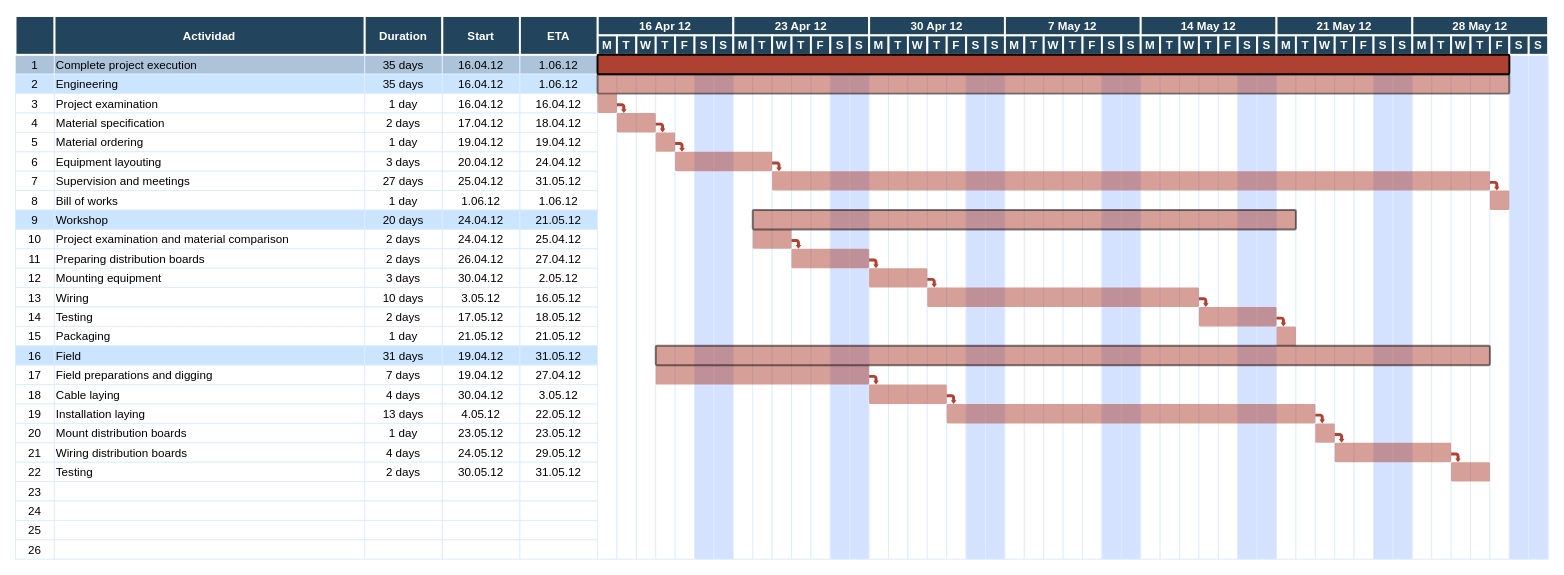
Earlier version of the draw.io diagram RoadMap_CatalogoAutos.drawio (endoeca2/Diagramas). Source tidied: cells renumbered, new cells numbered last; positions are measured from the earlier drawing's top-left corner, leaving out a move shared by most shapes. Both pictures are drawn from the tidied source at 97%, with x=0, y=0 at pixel (15, 16).
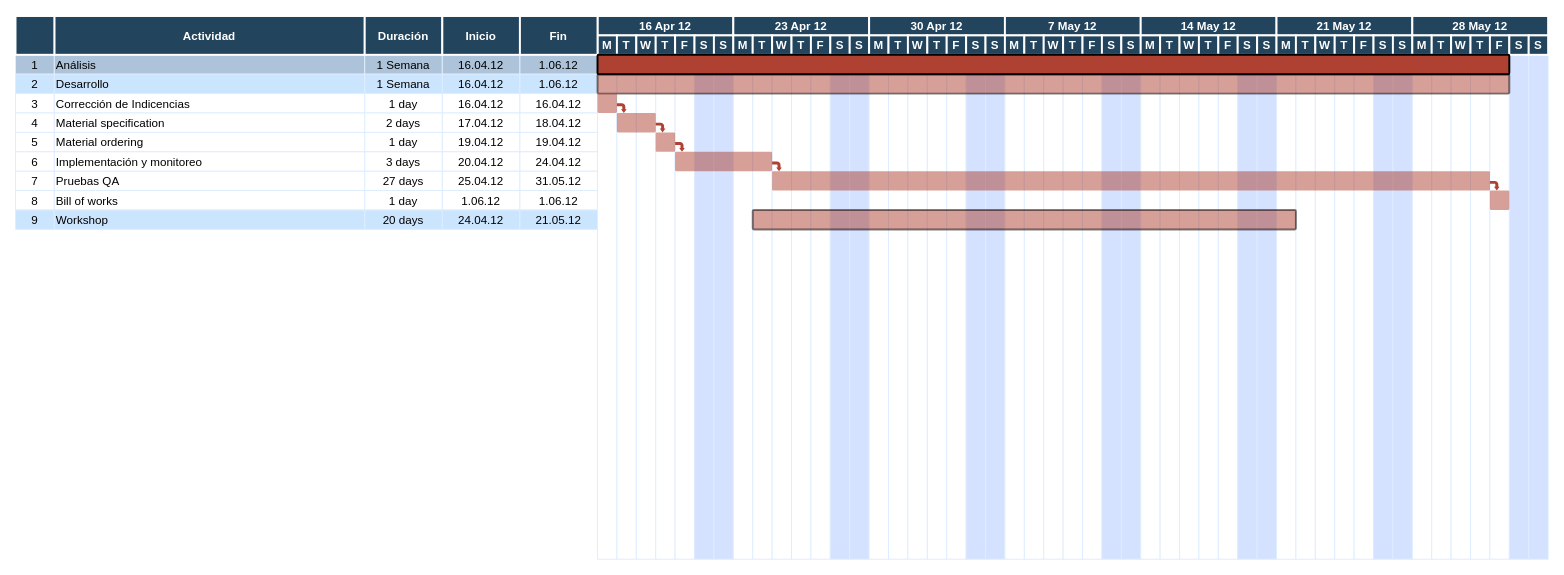
The same diagram, later.

Diff of the diagram source:
```diff
@@
-    <mxCell id="3" value="Complete project execution" style="align=left;strokeColor=#DEEDFF;fillColor=#ADC3D9;" parent="1" vertex="1">
+    <mxCell id="3" value="Análisis" style="align=left;strokeColor=#DEEDFF;fillColor=#ADC3D9;" parent="1" vertex="1">
       <mxGeometry x="40.5" y="40" width="320" height="20" as="geometry" />
     </mxCell>
-    <mxCell id="4" value="35 days" style="strokeColor=#DEEDFF;fillColor=#ADC3D9;" parent="1" vertex="1">
+    <mxCell id="4" value="1 Semana" style="strokeColor=#DEEDFF;fillColor=#ADC3D9;" parent="1" vertex="1">
       <mxGeometry x="360.5" y="40" width="80" height="20" as="geometry" />
     </mxCell>
@@
-    <mxCell id="9" value="Engineering" style="align=left;strokeColor=#DEEDFF;fillColor=#CCE5FF;" parent="1" vertex="1">
+    <mxCell id="9" value="Desarrollo" style="align=left;strokeColor=#DEEDFF;fillColor=#CCE5FF;" parent="1" vertex="1">
       <mxGeometry x="40.5" y="60" width="320" height="20" as="geometry" />
     </mxCell>
-    <mxCell id="10" value="35 days" style="strokeColor=#DEEDFF;fillColor=#CCE5FF;" parent="1" vertex="1">
+    <mxCell id="10" value="1 Semana" style="strokeColor=#DEEDFF;fillColor=#CCE5FF;" parent="1" vertex="1">
       <mxGeometry x="360.5" y="60" width="80" height="20" as="geometry" />
     </mxCell>
@@
-    <mxCell id="14" value="Project examination" style="align=left;strokeColor=#DEEDFF;" parent="1" vertex="1">
+    <mxCell id="14" value="Corrección de Indicencias" style="align=left;strokeColor=#DEEDFF;" parent="1" vertex="1">
       <mxGeometry x="40.5" y="80" width="320" height="20" as="geometry" />
     </mxCell>
@@
-    <mxCell id="29" value="Equipment layouting" style="align=left;strokeColor=#DEEDFF;" parent="1" vertex="1">
+    <mxCell id="29" value="Implementación y monitoreo" style="align=left;strokeColor=#DEEDFF;" parent="1" vertex="1">
       <mxGeometry x="40.5" y="140" width="320" height="20" as="geometry" />
     </mxCell>
@@
-    <mxCell id="34" value="Supervision and meetings" style="align=left;strokeColor=#DEEDFF;" parent="1" vertex="1">
+    <mxCell id="34" value="Pruebas QA" style="align=left;strokeColor=#DEEDFF;" parent="1" vertex="1">
       <mxGeometry x="40.5" y="160" width="320" height="20" as="geometry" />
     </mxCell>
@@
-    <mxCell id="48" value="10" style="strokeColor=#DEEDFF;" parent="1" vertex="1">
-      <mxGeometry x="0.5" y="220" width="40" height="20" as="geometry" />
-    </mxCell>
-    <mxCell id="49" value="Project examination and material comparison" style="align=left;strokeColor=#DEEDFF;" parent="1" vertex="1">
-      <mxGeometry x="40.5" y="220" width="320" height="20" as="geometry" />
-    </mxCell>
-    <mxCell id="50" value="2 days" style="strokeColor=#DEEDFF;" parent="1" vertex="1">
-      <mxGeometry x="360.5" y="220" width="80" height="20" as="geometry" />
-    </mxCell>
-    <mxCell id="51" value="24.04.12" style="strokeColor=#DEEDFF;" parent="1" vertex="1">
-      <mxGeometry x="440.5" y="220" width="80" height="20" as="geometry" />
-    </mxCell>
-    <mxCell id="52" value="25.04.12" style="strokeColor=#DEEDFF;" parent="1" vertex="1">
-      <mxGeometry x="520.5" y="220" width="80" height="20" as="geometry" />
-    </mxCell>
-    <mxCell id="53" value="11" style="strokeColor=#DEEDFF;" parent="1" vertex="1">
-      <mxGeometry x="0.5" y="240" width="40" height="20" as="geometry" />
-    </mxCell>
-    <mxCell id="54" value="Preparing distribution boards" style="align=left;strokeColor=#DEEDFF;" parent="1" vertex="1">
-      <mxGeometry x="40.5" y="240" width="320" height="20" as="geometry" />
-    </mxCell>
-    <mxCell id="55" value="2 days" style="strokeColor=#DEEDFF;" parent="1" vertex="1">
-      <mxGeometry x="360.5" y="240" width="80" height="20" as="geometry" />
-    </mxCell>
-    <mxCell id="56" value="26.04.12" style="strokeColor=#DEEDFF;" parent="1" vertex="1">
-      <mxGeometry x="440.5" y="240" width="80" height="20" as="geometry" />
-    </mxCell>
-    <mxCell id="57" value="27.04.12" style="strokeColor=#DEEDFF;" parent="1" vertex="1">
-      <mxGeometry x="520.5" y="240" width="80" height="20" as="geometry" />
-    </mxCell>
-    <mxCell id="58" value="12" style="strokeColor=#DEEDFF;" parent="1" vertex="1">
-      <mxGeometry x="0.5" y="260" width="40" height="20" as="geometry" />
-    </mxCell>
-    <mxCell id="59" value="Mounting equipment" style="align=left;strokeColor=#DEEDFF;" parent="1" vertex="1">
-      <mxGeometry x="40.5" y="260" width="320" height="20" as="geometry" />
-    </mxCell>
-    <mxCell id="60" value="3 days" style="strokeColor=#DEEDFF;" parent="1" vertex="1">
-      <mxGeometry x="360.5" y="260" width="80" height="20" as="geometry" />
-    </mxCell>
-    <mxCell id="61" value="30.04.12" style="strokeColor=#DEEDFF;" parent="1" vertex="1">
-      <mxGeometry x="440.5" y="260" width="80" height="20" as="geometry" />
-    </mxCell>
-    <mxCell id="62" value="2.05.12" style="strokeColor=#DEEDFF;" parent="1" vertex="1">
-      <mxGeometry x="520.5" y="260" width="80" height="20" as="geometry" />
-    </mxCell>
-    <mxCell id="63" value="13" style="strokeColor=#DEEDFF;" parent="1" vertex="1">
-      <mxGeometry x="0.5" y="280" width="40" height="20" as="geometry" />
-    </mxCell>
-    <mxCell id="64" value="Wiring" style="align=left;strokeColor=#DEEDFF;" parent="1" vertex="1">
-      <mxGeometry x="40.5" y="280" width="320" height="20" as="geometry" />
-    </mxCell>
-    <mxCell id="65" value="10 days" style="strokeColor=#DEEDFF;" parent="1" vertex="1">
-      <mxGeometry x="360.5" y="280" width="80" height="20" as="geometry" />
-    </mxCell>
-    <mxCell id="66" value="3.05.12" style="strokeColor=#DEEDFF;" parent="1" vertex="1">
-      <mxGeometry x="440.5" y="280" width="80" height="20" as="geometry" />
-    </mxCell>
-    <mxCell id="67" value="16.05.12" style="strokeColor=#DEEDFF;" parent="1" vertex="1">
-      <mxGeometry x="520.5" y="280" width="80" height="20" as="geometry" />
-    </mxCell>
-    <mxCell id="68" value="14" style="strokeColor=#DEEDFF;" parent="1" vertex="1">
-      <mxGeometry x="0.5" y="300" width="40" height="20" as="geometry" />
-    </mxCell>
-    <mxCell id="69" value="Testing" style="align=left;strokeColor=#DEEDFF;" parent="1" vertex="1">
-      <mxGeometry x="40.5" y="300" width="320" height="20" as="geometry" />
-    </mxCell>
-    <mxCell id="70" value="2 days" style="strokeColor=#DEEDFF;" parent="1" vertex="1">
-      <mxGeometry x="360.5" y="300" width="80" height="20" as="geometry" />
-    </mxCell>
-    <mxCell id="71" value="17.05.12" style="strokeColor=#DEEDFF;" parent="1" vertex="1">
-      <mxGeometry x="440.5" y="300" width="80" height="20" as="geometry" />
-    </mxCell>
-    <mxCell id="72" value="18.05.12" style="strokeColor=#DEEDFF;" parent="1" vertex="1">
-      <mxGeometry x="520.5" y="300" width="80" height="20" as="geometry" />
-    </mxCell>
-    <mxCell id="73" value="15" style="strokeColor=#DEEDFF;fillColor=#FFFFFF;" parent="1" vertex="1">
-      <mxGeometry x="0.5" y="320" width="40" height="20" as="geometry" />
-    </mxCell>
-    <mxCell id="74" value="Packaging" style="align=left;strokeColor=#DEEDFF;fillColor=#FFFFFF;" parent="1" vertex="1">
-      <mxGeometry x="40.5" y="320" width="320" height="20" as="geometry" />
-    </mxCell>
-    <mxCell id="75" value="1 day" style="strokeColor=#DEEDFF;fillColor=#FFFFFF;" parent="1" vertex="1">
-      <mxGeometry x="360.5" y="320" width="80" height="20" as="geometry" />
-    </mxCell>
-    <mxCell id="76" value="21.05.12" style="strokeColor=#DEEDFF;fillColor=#FFFFFF;" parent="1" vertex="1">
-      <mxGeometry x="440.5" y="320" width="80" height="20" as="geometry" />
-    </mxCell>
-    <mxCell id="77" value="21.05.12" style="strokeColor=#DEEDFF;fillColor=#FFFFFF;" parent="1" vertex="1">
-      <mxGeometry x="520.5" y="320" width="80" height="20" as="geometry" />
-    </mxCell>
-    <mxCell id="78" value="16" style="strokeColor=#DEEDFF;fillColor=#CCE5FF;" parent="1" vertex="1">
-      <mxGeometry x="0.5" y="340" width="40" height="20" as="geometry" />
-    </mxCell>
-    <mxCell id="79" value="Field" style="align=left;strokeColor=#DEEDFF;fillColor=#CCE5FF;" parent="1" vertex="1">
-      <mxGeometry x="40.5" y="340" width="320" height="20" as="geometry" />
-    </mxCell>
-    <mxCell id="80" value="31 days" style="strokeColor=#DEEDFF;fillColor=#CCE5FF;" parent="1" vertex="1">
-      <mxGeometry x="360.5" y="340" width="80" height="20" as="geometry" />
-    </mxCell>
-    <mxCell id="81" value="19.04.12" style="strokeColor=#DEEDFF;fillColor=#CCE5FF;" parent="1" vertex="1">
-      <mxGeometry x="440.5" y="340" width="80" height="20" as="geometry" />
-    </mxCell>
-    <mxCell id="82" value="31.05.12" style="strokeColor=#DEEDFF;fillColor=#CCE5FF;" parent="1" vertex="1">
-      <mxGeometry x="520.5" y="340" width="80" height="20" as="geometry" />
-    </mxCell>
-    <mxCell id="83" value="17" style="strokeColor=#DEEDFF;" parent="1" vertex="1">
-      <mxGeometry x="0.5" y="360" width="40" height="20" as="geometry" />
-    </mxCell>
-    <mxCell id="84" value="Field preparations and digging" style="align=left;strokeColor=#DEEDFF;" parent="1" vertex="1">
-      <mxGeometry x="40.5" y="360" width="320" height="20" as="geometry" />
-    </mxCell>
-    <mxCell id="85" value="7 days" style="strokeColor=#DEEDFF;" parent="1" vertex="1">
-      <mxGeometry x="360.5" y="360" width="80" height="20" as="geometry" />
-    </mxCell>
-    <mxCell id="86" value="19.04.12" style="strokeColor=#DEEDFF;" parent="1" vertex="1">
-      <mxGeometry x="440.5" y="360" width="80" height="20" as="geometry" />
-    </mxCell>
-    <mxCell id="87" value="27.04.12" style="strokeColor=#DEEDFF;" parent="1" vertex="1">
-      <mxGeometry x="520.5" y="360" width="80" height="20" as="geometry" />
-    </mxCell>
-    <mxCell id="88" value="18" style="strokeColor=#DEEDFF;" parent="1" vertex="1">
-      <mxGeometry x="0.5" y="380" width="40" height="20" as="geometry" />
-    </mxCell>
-    <mxCell id="89" value="Cable laying" style="align=left;strokeColor=#DEEDFF;" parent="1" vertex="1">
-      <mxGeometry x="40.5" y="380" width="320" height="20" as="geometry" />
-    </mxCell>
-    <mxCell id="90" value="4 days" style="strokeColor=#DEEDFF;" parent="1" vertex="1">
-      <mxGeometry x="360.5" y="380" width="80" height="20" as="geometry" />
-    </mxCell>
-    <mxCell id="91" value="30.04.12" style="strokeColor=#DEEDFF;" parent="1" vertex="1">
-      <mxGeometry x="440.5" y="380" width="80" height="20" as="geometry" />
-    </mxCell>
-    <mxCell id="92" value="3.05.12" style="strokeColor=#DEEDFF;" parent="1" vertex="1">
-      <mxGeometry x="520.5" y="380" width="80" height="20" as="geometry" />
-    </mxCell>
-    <mxCell id="93" value="19" style="strokeColor=#DEEDFF;" parent="1" vertex="1">
-      <mxGeometry x="0.5" y="400" width="40" height="20" as="geometry" />
-    </mxCell>
-    <mxCell id="94" value="Installation laying" style="align=left;strokeColor=#DEEDFF;" parent="1" vertex="1">
-      <mxGeometry x="40.5" y="400" width="320" height="20" as="geometry" />
-    </mxCell>
-    <mxCell id="95" value="13 days" style="strokeColor=#DEEDFF;" parent="1" vertex="1">
-      <mxGeometry x="360.5" y="400" width="80" height="20" as="geometry" />
-    </mxCell>
-    <mxCell id="96" value="4.05.12" style="strokeColor=#DEEDFF;" parent="1" vertex="1">
-      <mxGeometry x="440.5" y="400" width="80" height="20" as="geometry" />
-    </mxCell>
-    <mxCell id="97" value="22.05.12" style="strokeColor=#DEEDFF;" parent="1" vertex="1">
-      <mxGeometry x="520.5" y="400" width="80" height="20" as="geometry" />
-    </mxCell>
-    <mxCell id="98" value="20" style="strokeColor=#DEEDFF;" parent="1" vertex="1">
-      <mxGeometry x="0.5" y="420" width="40" height="20" as="geometry" />
-    </mxCell>
-    <mxCell id="99" value="Mount distribution boards" style="align=left;strokeColor=#DEEDFF;" parent="1" vertex="1">
-      <mxGeometry x="40.5" y="420" width="320" height="20" as="geometry" />
-    </mxCell>
-    <mxCell id="100" value="1 day" style="strokeColor=#DEEDFF;" parent="1" vertex="1">
-      <mxGeometry x="360.5" y="420" width="80" height="20" as="geometry" />
-    </mxCell>
-    <mxCell id="101" value="23.05.12" style="strokeColor=#DEEDFF;" parent="1" vertex="1">
-      <mxGeometry x="440.5" y="420" width="80" height="20" as="geometry" />
-    </mxCell>
-    <mxCell id="102" value="23.05.12" style="strokeColor=#DEEDFF;" parent="1" vertex="1">
-      <mxGeometry x="520.5" y="420" width="80" height="20" as="geometry" />
-    </mxCell>
-    <mxCell id="103" value="21" style="strokeColor=#DEEDFF;" parent="1" vertex="1">
-      <mxGeometry x="0.5" y="440" width="40" height="20" as="geometry" />
-    </mxCell>
-    <mxCell id="104" value="Wiring distribution boards" style="align=left;strokeColor=#DEEDFF;" parent="1" vertex="1">
-      <mxGeometry x="40.5" y="440" width="320" height="20" as="geometry" />
-    </mxCell>
-    <mxCell id="105" value="4 days" style="strokeColor=#DEEDFF;" parent="1" vertex="1">
-      <mxGeometry x="360.5" y="440" width="80" height="20" as="geometry" />
-    </mxCell>
-    <mxCell id="106" value="24.05.12" style="strokeColor=#DEEDFF;" parent="1" vertex="1">
-      <mxGeometry x="440.5" y="440" width="80" height="20" as="geometry" />
-    </mxCell>
-    <mxCell id="107" value="29.05.12" style="strokeColor=#DEEDFF;" parent="1" vertex="1">
-      <mxGeometry x="520.5" y="440" width="80" height="20" as="geometry" />
-    </mxCell>
-    <mxCell id="108" value="22" style="strokeColor=#DEEDFF;" parent="1" vertex="1">
-      <mxGeometry x="0.5" y="460" width="40" height="20" as="geometry" />
-    </mxCell>
-    <mxCell id="109" value="Testing" style="align=left;strokeColor=#DEEDFF;" parent="1" vertex="1">
-      <mxGeometry x="40.5" y="460" width="320" height="20" as="geometry" />
-    </mxCell>
-    <mxCell id="110" value="2 days" style="strokeColor=#DEEDFF;" parent="1" vertex="1">
-      <mxGeometry x="360.5" y="460" width="80" height="20" as="geometry" />
-    </mxCell>
-    <mxCell id="111" value="30.05.12" style="strokeColor=#DEEDFF;" parent="1" vertex="1">
-      <mxGeometry x="440.5" y="460" width="80" height="20" as="geometry" />
-    </mxCell>
-    <mxCell id="112" value="31.05.12" style="strokeColor=#DEEDFF;" parent="1" vertex="1">
-      <mxGeometry x="520.5" y="460" width="80" height="20" as="geometry" />
-    </mxCell>
-    <mxCell id="113" value="23" style="strokeColor=#DEEDFF;" parent="1" vertex="1">
-      <mxGeometry x="0.5" y="480" width="40" height="20" as="geometry" />
-    </mxCell>
-    <mxCell id="114" style="align=left;strokeColor=#DEEDFF;" parent="1" vertex="1">
-      <mxGeometry x="40.5" y="480" width="320" height="20" as="geometry" />
-    </mxCell>
-    <mxCell id="115" style="strokeColor=#DEEDFF;" parent="1" vertex="1">
-      <mxGeometry x="360.5" y="480" width="80" height="20" as="geometry" />
-    </mxCell>
-    <mxCell id="116" style="strokeColor=#DEEDFF;" parent="1" vertex="1">
-      <mxGeometry x="440.5" y="480" width="80" height="20" as="geometry" />
-    </mxCell>
-    <mxCell id="117" style="strokeColor=#DEEDFF;" parent="1" vertex="1">
-      <mxGeometry x="520.5" y="480" width="80" height="20" as="geometry" />
-    </mxCell>
-    <mxCell id="118" value="24" style="strokeColor=#DEEDFF;" parent="1" vertex="1">
-      <mxGeometry x="0.5" y="500" width="40" height="20" as="geometry" />
-    </mxCell>
-    <mxCell id="119" style="align=left;strokeColor=#DEEDFF;" parent="1" vertex="1">
-      <mxGeometry x="40.5" y="500" width="320" height="20" as="geometry" />
-    </mxCell>
-    <mxCell id="120" style="strokeColor=#DEEDFF;" parent="1" vertex="1">
-      <mxGeometry x="360.5" y="500" width="80" height="20" as="geometry" />
-    </mxCell>
-    <mxCell id="121" style="strokeColor=#DEEDFF;" parent="1" vertex="1">
-      <mxGeometry x="440.5" y="500" width="80" height="20" as="geometry" />
-    </mxCell>
-    <mxCell id="122" style="strokeColor=#DEEDFF;" parent="1" vertex="1">
-      <mxGeometry x="520.5" y="500" width="80" height="20" as="geometry" />
-    </mxCell>
-    <mxCell id="123" value="25" style="strokeColor=#DEEDFF;" parent="1" vertex="1">
-      <mxGeometry x="0.5" y="520" width="40" height="20" as="geometry" />
-    </mxCell>
-    <mxCell id="124" style="align=left;strokeColor=#DEEDFF;" parent="1" vertex="1">
-      <mxGeometry x="40.5" y="520" width="320" height="20" as="geometry" />
-    </mxCell>
-    <mxCell id="125" style="strokeColor=#DEEDFF;" parent="1" vertex="1">
-      <mxGeometry x="360.5" y="520" width="80" height="20" as="geometry" />
-    </mxCell>
-    <mxCell id="126" style="strokeColor=#DEEDFF;" parent="1" vertex="1">
-      <mxGeometry x="440.5" y="520" width="80" height="20" as="geometry" />
-    </mxCell>
-    <mxCell id="127" style="strokeColor=#DEEDFF;" parent="1" vertex="1">
-      <mxGeometry x="520.5" y="520" width="80" height="20" as="geometry" />
-    </mxCell>
-    <mxCell id="128" value="26" style="strokeColor=#DEEDFF;" parent="1" vertex="1">
-      <mxGeometry x="0.5" y="540" width="40" height="20" as="geometry" />
-    </mxCell>
-    <mxCell id="129" style="align=left;strokeColor=#DEEDFF;" parent="1" vertex="1">
-      <mxGeometry x="40.5" y="540" width="320" height="20" as="geometry" />
-    </mxCell>
-    <mxCell id="130" style="strokeColor=#DEEDFF;" parent="1" vertex="1">
-      <mxGeometry x="360.5" y="540" width="80" height="20" as="geometry" />
-    </mxCell>
-    <mxCell id="131" style="strokeColor=#DEEDFF;" parent="1" vertex="1">
-      <mxGeometry x="440.5" y="540" width="80" height="20" as="geometry" />
-    </mxCell>
-    <mxCell id="132" style="strokeColor=#DEEDFF;" parent="1" vertex="1">
-      <mxGeometry x="520.5" y="540" width="80" height="20" as="geometry" />
-    </mxCell>
@@
-    <mxCell id="191" value="Duration" style="fillColor=#23445D;strokeColor=#FFFFFF;strokeWidth=2;fontColor=#FFFFFF;fontStyle=1;" parent="1" vertex="1">
+    <mxCell id="191" value="Duración" style="fillColor=#23445D;strokeColor=#FFFFFF;strokeWidth=2;fontColor=#FFFFFF;fontStyle=1;" parent="1" vertex="1">
       <mxGeometry x="360.5" width="80" height="40" as="geometry" />
     </mxCell>
-    <mxCell id="192" value="Start" style="fillColor=#23445D;strokeColor=#FFFFFF;strokeWidth=2;fontColor=#FFFFFF;fontStyle=1;" parent="1" vertex="1">
+    <mxCell id="192" value="Inicio" style="fillColor=#23445D;strokeColor=#FFFFFF;strokeWidth=2;fontColor=#FFFFFF;fontStyle=1;" parent="1" vertex="1">
       <mxGeometry x="440.5" width="80" height="40" as="geometry" />
     </mxCell>
-    <mxCell id="193" value="ETA" style="fillColor=#23445D;strokeColor=#FFFFFF;strokeWidth=2;fontColor=#FFFFFF;fontStyle=1;" parent="1" vertex="1">
+    <mxCell id="193" value="Fin" style="fillColor=#23445D;strokeColor=#FFFFFF;strokeWidth=2;fontColor=#FFFFFF;fontStyle=1;" parent="1" vertex="1">
       <mxGeometry x="520.5" width="80" height="40" as="geometry" />
     </mxCell>
@@
-    <mxCell id="255" style="shape=mxgraph.flowchart.process;fillColor=#AE4132;strokeColor=none;strokeWidth=2;opacity=50;" parent="1" vertex="1">
-      <mxGeometry x="760.5" y="220" width="40" height="20" as="geometry" />
-    </mxCell>
@@
-    <mxCell id="257" style="shape=mxgraph.flowchart.process;fillColor=#AE4132;strokeColor=none;strokeWidth=2;opacity=50;" parent="1" vertex="1">
-      <mxGeometry x="800.5" y="240" width="80" height="20" as="geometry" />
-    </mxCell>
-    <mxCell id="258" style="shape=mxgraph.flowchart.process;fillColor=#AE4132;strokeColor=none;strokeWidth=2;opacity=50;" parent="1" vertex="1">
-      <mxGeometry x="880.5" y="260" width="60" height="20" as="geometry" />
-    </mxCell>
-    <mxCell id="259" style="shape=mxgraph.flowchart.process;fillColor=#AE4132;strokeColor=none;strokeWidth=2;opacity=50;" parent="1" vertex="1">
-      <mxGeometry x="940.5" y="280" width="280" height="20" as="geometry" />
-    </mxCell>
-    <mxCell id="260" style="shape=mxgraph.flowchart.process;fillColor=#AE4132;strokeColor=none;strokeWidth=2;opacity=50;" parent="1" vertex="1">
-      <mxGeometry x="1220.5" y="300" width="80" height="20" as="geometry" />
-    </mxCell>
-    <mxCell id="261" style="shape=mxgraph.flowchart.process;fillColor=#AE4132;strokeColor=none;strokeWidth=2;opacity=50;" parent="1" vertex="1">
-      <mxGeometry x="1300.5" y="320" width="20" height="20" as="geometry" />
-    </mxCell>
-    <mxCell id="262" style="shape=mxgraph.flowchart.process;fillColor=#AE4132;strokeColor=none;strokeWidth=2;opacity=50;" parent="1" vertex="1">
-      <mxGeometry x="660.5" y="360" width="220" height="20" as="geometry" />
-    </mxCell>
-    <mxCell id="263" style="shape=mxgraph.flowchart.process;fillColor=#AE4132;strokeColor=none;strokeWidth=2;opacity=50;" parent="1" vertex="1">
-      <mxGeometry x="880.5" y="380" width="80" height="20" as="geometry" />
-    </mxCell>
-    <mxCell id="264" style="shape=mxgraph.flowchart.process;fillColor=#AE4132;strokeColor=none;strokeWidth=2;opacity=50;" parent="1" vertex="1">
-      <mxGeometry x="960.5" y="400" width="380" height="20" as="geometry" />
-    </mxCell>
-    <mxCell id="265" style="shape=mxgraph.flowchart.process;fillColor=#AE4132;strokeColor=none;strokeWidth=2;opacity=50;" parent="1" vertex="1">
-      <mxGeometry x="1340.5" y="420" width="20" height="20" as="geometry" />
-    </mxCell>
-    <mxCell id="266" style="shape=mxgraph.flowchart.process;fillColor=#AE4132;strokeColor=none;strokeWidth=2;opacity=50;" parent="1" vertex="1">
-      <mxGeometry x="1360.5" y="440" width="120" height="20" as="geometry" />
-    </mxCell>
-    <mxCell id="267" style="shape=mxgraph.flowchart.process;fillColor=#AE4132;strokeColor=none;strokeWidth=2;opacity=50;" parent="1" vertex="1">
-      <mxGeometry x="1480.5" y="460" width="40" height="20" as="geometry" />
-    </mxCell>
-    <mxCell id="268" style="shape=mxgraph.flowchart.process;fillColor=#AE4132;strokeColor=#000000;strokeWidth=2;opacity=50;" parent="1" vertex="1">
-      <mxGeometry x="660.5" y="340" width="860" height="20" as="geometry" />
-    </mxCell>
-    <mxCell id="269" style="shape=mxgraph.arrows.bent_right_arrow;fillColor=#AE4132;strokeColor=none;strokeWidth=2;direction=south;" parent="1" vertex="1">
-      <mxGeometry x="800.5" y="230" width="10" height="10" as="geometry" />
-    </mxCell>
-    <mxCell id="270" style="shape=mxgraph.arrows.bent_right_arrow;fillColor=#AE4132;strokeColor=none;strokeWidth=2;direction=south;" parent="1" vertex="1">
-      <mxGeometry x="880.5" y="250" width="10" height="10" as="geometry" />
-    </mxCell>
-    <mxCell id="271" style="shape=mxgraph.arrows.bent_right_arrow;fillColor=#AE4132;strokeColor=none;strokeWidth=2;direction=south;" parent="1" vertex="1">
-      <mxGeometry x="940.5" y="270" width="10" height="10" as="geometry" />
-    </mxCell>
-    <mxCell id="272" style="shape=mxgraph.arrows.bent_right_arrow;fillColor=#AE4132;strokeColor=none;strokeWidth=2;direction=south;" parent="1" vertex="1">
-      <mxGeometry x="1220.5" y="290" width="10" height="10" as="geometry" />
-    </mxCell>
-    <mxCell id="273" style="shape=mxgraph.arrows.bent_right_arrow;fillColor=#AE4132;strokeColor=none;strokeWidth=2;direction=south;" parent="1" vertex="1">
-      <mxGeometry x="1300.5" y="310" width="10" height="10" as="geometry" />
-    </mxCell>
-    <mxCell id="274" style="shape=mxgraph.arrows.bent_right_arrow;fillColor=#AE4132;strokeColor=none;strokeWidth=2;direction=south;" parent="1" vertex="1">
-      <mxGeometry x="880.5" y="370" width="10" height="10" as="geometry" />
-    </mxCell>
-    <mxCell id="275" style="shape=mxgraph.arrows.bent_right_arrow;fillColor=#AE4132;strokeColor=none;strokeWidth=2;direction=south;" parent="1" vertex="1">
-      <mxGeometry x="960.5" y="390" width="10" height="10" as="geometry" />
-    </mxCell>
-    <mxCell id="276" style="shape=mxgraph.arrows.bent_right_arrow;fillColor=#AE4132;strokeColor=none;strokeWidth=2;direction=south;" parent="1" vertex="1">
-      <mxGeometry x="1340.5" y="410" width="10" height="10" as="geometry" />
-    </mxCell>
-    <mxCell id="277" style="shape=mxgraph.arrows.bent_right_arrow;fillColor=#AE4132;strokeColor=none;strokeWidth=2;direction=south;" parent="1" vertex="1">
-      <mxGeometry x="1360.5" y="430" width="10" height="10" as="geometry" />
-    </mxCell>
-    <mxCell id="278" style="shape=mxgraph.arrows.bent_right_arrow;fillColor=#AE4132;strokeColor=none;strokeWidth=2;direction=south;" parent="1" vertex="1">
-      <mxGeometry x="1480.5" y="450" width="10" height="10" as="geometry" />
-    </mxCell>
```
